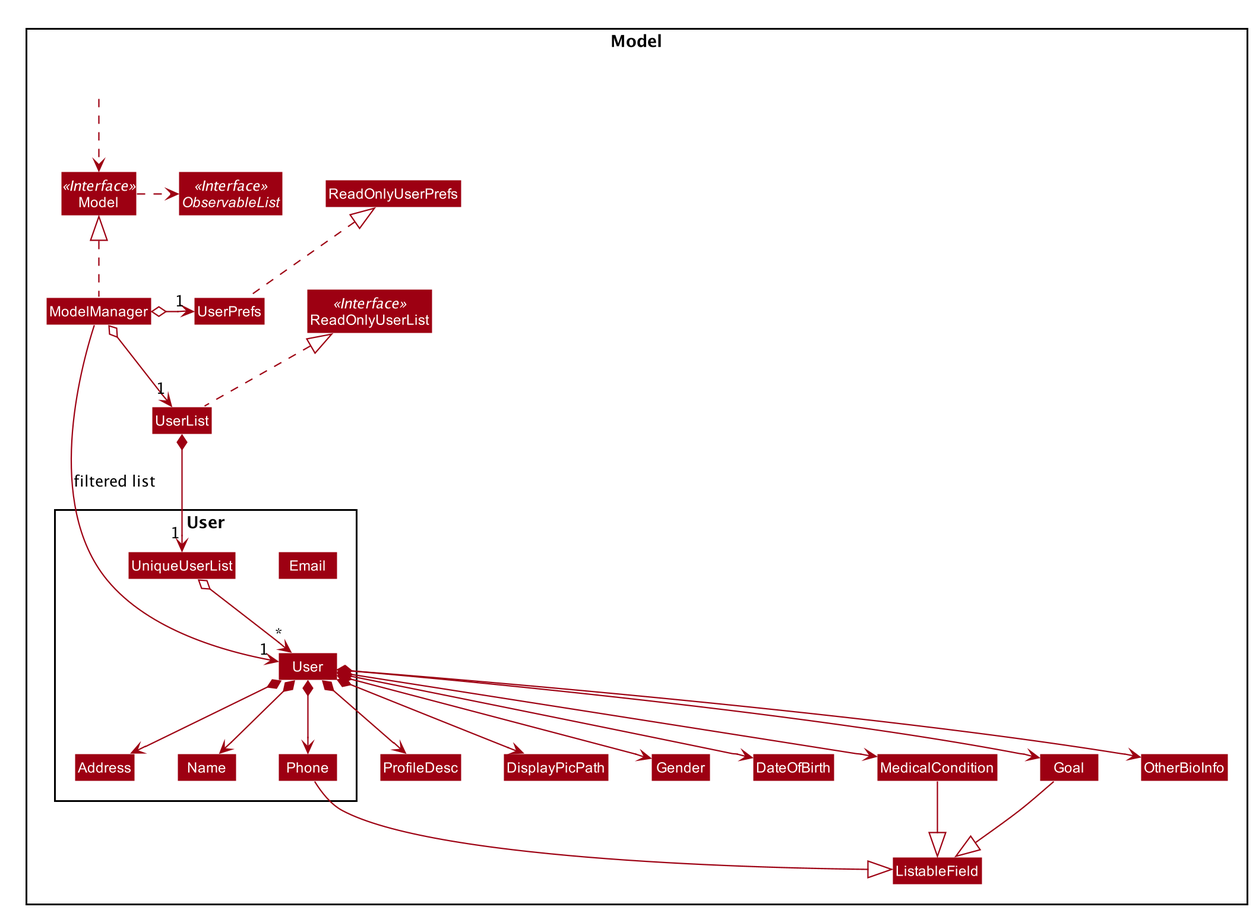
This is docs/images/ModelClassDiagramUser.png from nus-cs2103-AY1920S1/addressbook-level3, a PlantUML export, as it was before one commit.
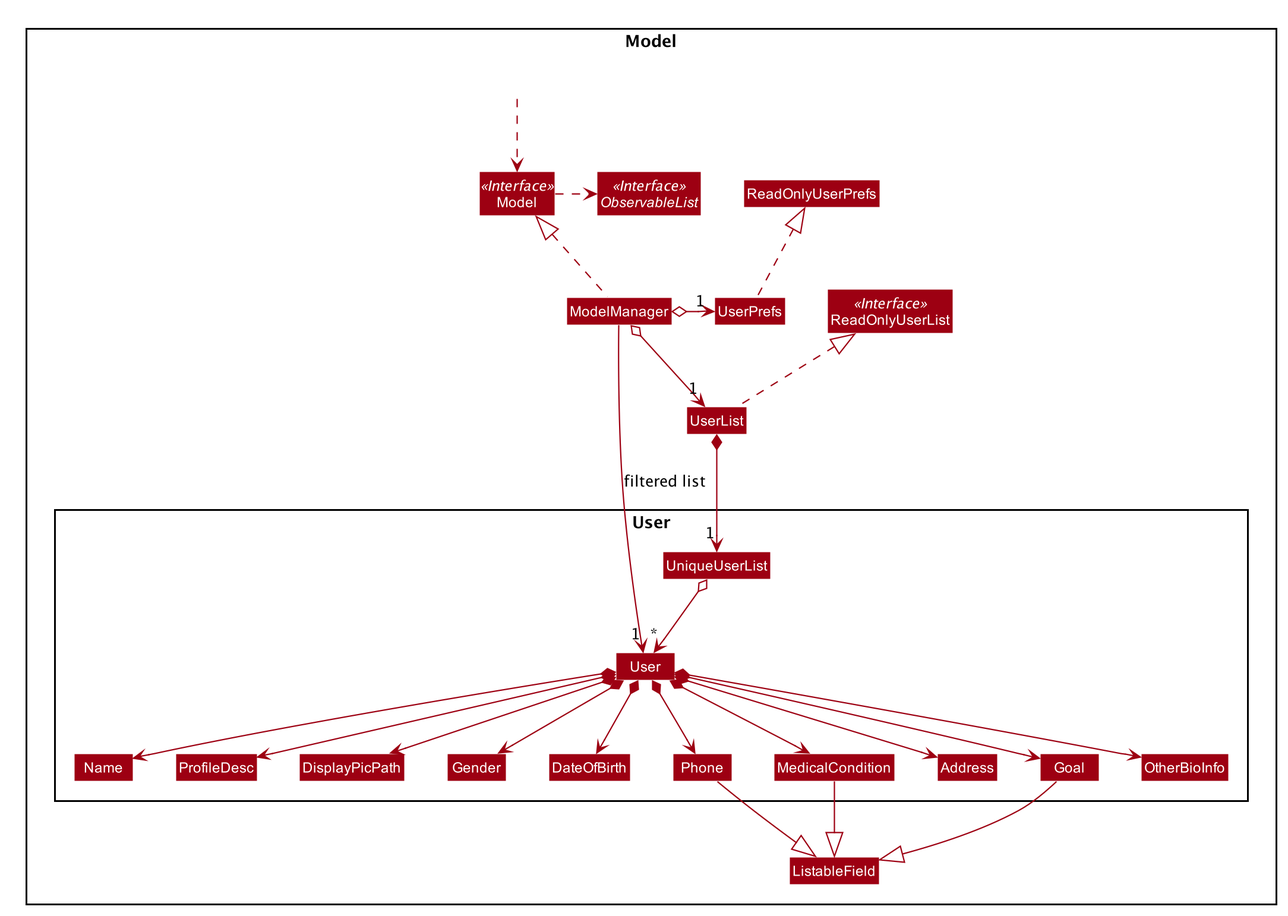
Later version of the same file.

Commit message:
Add further diagrams and remove instances of "Address Book" or "Person".

The edit, as a diff of the source:
```diff
@@ -64,10 +64,16 @@
 
 Package User {
 Class User
+Class Name
+Class ProfileDesc
+Class DisplayPicPath
+Class Gender
+Class DateOfBirth
+Class Phone
+Class MedicalCondition
 Class Address
-Class Email
-Class Name
-Class Phone
+Class Goal
+Class OtherBioInfo
 Class UniqueUserList
 }
 
```
